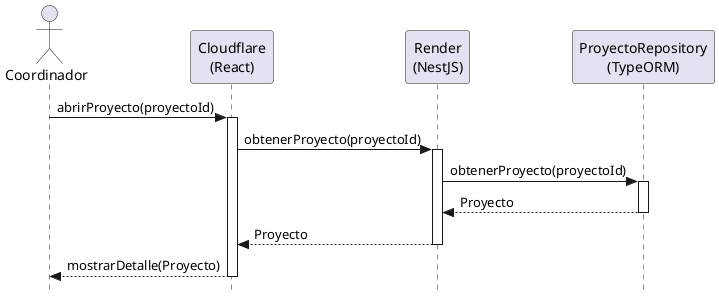
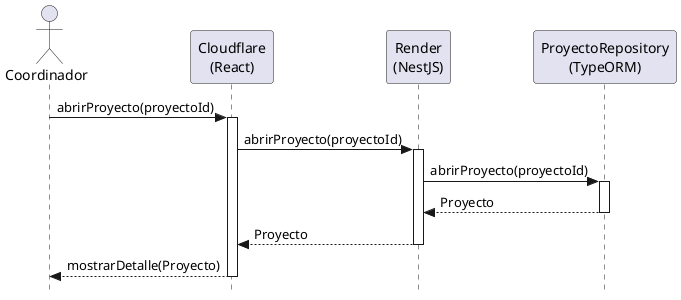
@startuml abrirProyecto-diseño
skinparam style strictuml
skinparam backgroundColor white
skinparam shadowing false

actor Coordinador
participant "Cloudflare\n(React)" as View
participant "Render\n(NestJS)" as Controller
participant "ProyectoRepository\n(TypeORM)" as Repo

Coordinador -> View : abrirProyecto(proyectoId)
activate View

- View -> Controller : obtenerProyecto(proyectoId)
+ View -> Controller : abrirProyecto(proyectoId)
activate Controller

- Controller -> Repo : obtenerProyecto(proyectoId)
+ Controller -> Repo : abrirProyecto(proyectoId)
activate Repo

Repo --> Controller : Proyecto
deactivate Repo

Controller --> View : Proyecto
deactivate Controller

View --> Coordinador : mostrarDetalle(Proyecto)
deactivate View
- @enduml+ @enduml
